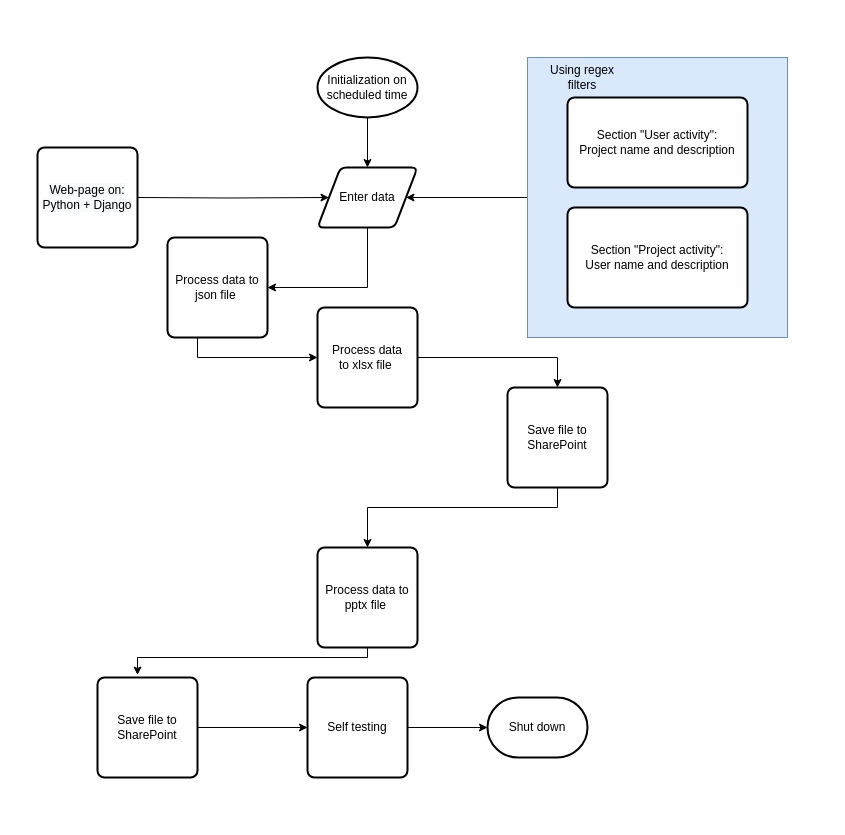
The draw.io diagram auto-reporter.drawio in IcyAltair/Pet-projects, before the edit. Source tidied: cells renumbered, new cells numbered last; positions are measured from the earlier drawing's top-left corner, leaving out a move shared by most shapes. Both pictures are drawn from the tidied source at 100%, with x=0, y=0 at pixel (37, 57).
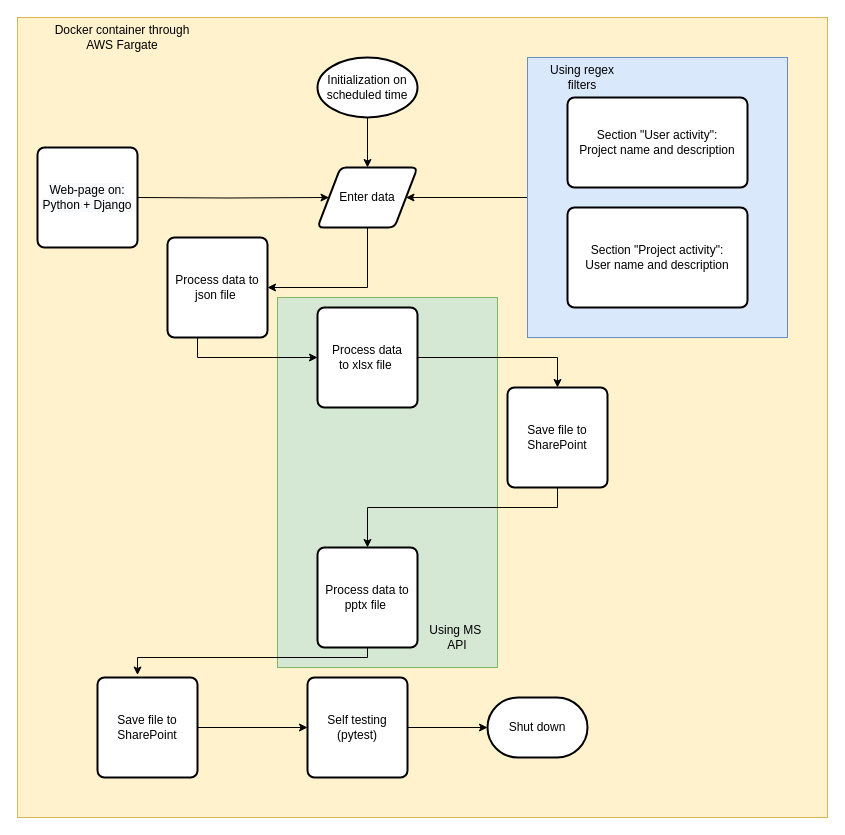
After the change.

Change to the diagram source:
```diff
@@
+    <mxCell id="26" style="rounded=0;whiteSpace=wrap;html=1;fillColor=#fff2cc;strokeColor=#d6b656;" parent="1" vertex="1">
+      <mxGeometry x="-20" y="-40" width="810" height="800" as="geometry" />
+    </mxCell>
+    <mxCell id="27" style="rounded=0;whiteSpace=wrap;html=1;fillColor=#d5e8d4;strokeColor=#82b366;" parent="1" vertex="1">
+      <mxGeometry x="240" y="240" width="220" height="370" as="geometry" />
+    </mxCell>
@@
-    <mxCell id="17" value="Self testing" style="rounded=1;whiteSpace=wrap;html=1;absoluteArcSize=1;arcSize=14;strokeWidth=2;" parent="1" vertex="1">
+    <mxCell id="17" value="Self testing (pytest)" style="rounded=1;whiteSpace=wrap;html=1;absoluteArcSize=1;arcSize=14;strokeWidth=2;" parent="1" vertex="1">
       <mxGeometry x="270" y="620" width="100" height="100" as="geometry" />
     </mxCell>
@@
+    <mxCell id="28" value="Using MS&amp;nbsp; API" style="text;html=1;strokeColor=none;fillColor=none;align=center;verticalAlign=middle;whiteSpace=wrap;rounded=0;" parent="1" vertex="1">
+      <mxGeometry x="390" y="570" width="60" height="20" as="geometry" />
+    </mxCell>
+    <mxCell id="29" value="Docker container through AWS Fargate" style="text;html=1;strokeColor=none;fillColor=none;align=center;verticalAlign=middle;whiteSpace=wrap;rounded=0;" parent="1" vertex="1">
+      <mxGeometry x="10" y="-30" width="150" height="20" as="geometry" />
+    </mxCell>
```
